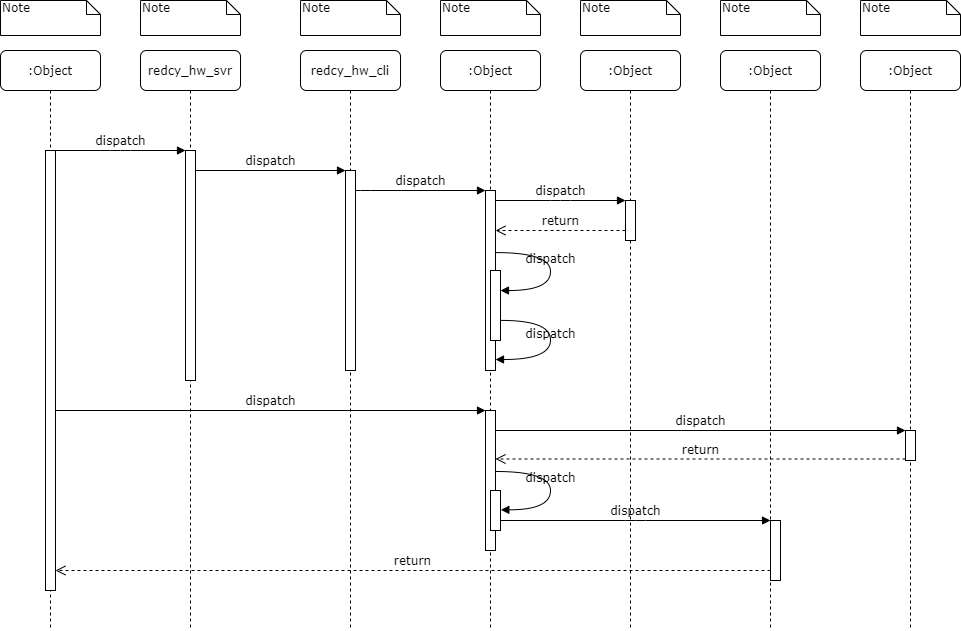
Earlier version of the draw.io export UML/StartRedundancy.png (Steve888888/FN-Redundancy). Source tidied: cells renumbered, new cells last; positions are measured from the earlier drawing's top-left corner, leaving out a move shared by most shapes.
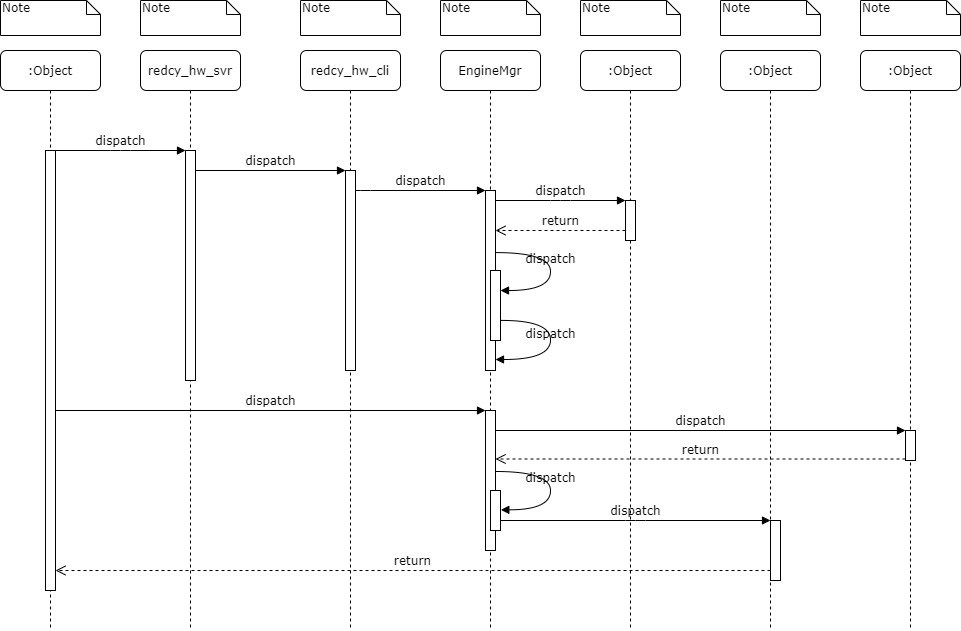
The same file after the commit.

The edit, as a diff of the source:
```diff
@@ -14,7 +14,7 @@
     <mxCell id="5" style="html=1;points=[];perimeter=orthogonalPerimeter;rounded=0;shadow=0;comic=0;labelBackgroundColor=none;strokeWidth=1;fontFamily=Verdana;fontSize=12;align=center;" parent="4" vertex="1">
       <mxGeometry x="45" y="120" width="10" height="200" as="geometry" />
     </mxCell>
-    <mxCell id="6" value=":Object" style="shape=umlLifeline;perimeter=lifelinePerimeter;whiteSpace=wrap;html=1;rounded=1;shadow=0;comic=0;labelBackgroundColor=none;strokeWidth=1;fontFamily=Verdana;fontSize=12;align=center;" parent="1" vertex="1">
+    <mxCell id="6" value="EngineMgr" style="shape=umlLifeline;perimeter=lifelinePerimeter;whiteSpace=wrap;html=1;rounded=1;shadow=0;comic=0;labelBackgroundColor=none;strokeWidth=1;fontFamily=Verdana;fontSize=12;align=center;" parent="1" vertex="1">
       <mxGeometry x="440" y="50" width="100" height="580" as="geometry" />
     </mxCell>
     <mxCell id="7" value=":Object" style="shape=umlLifeline;perimeter=lifelinePerimeter;whiteSpace=wrap;html=1;rounded=1;shadow=0;comic=0;labelBackgroundColor=none;strokeWidth=1;fontFamily=Verdana;fontSize=12;align=center;" parent="1" vertex="1">
```
